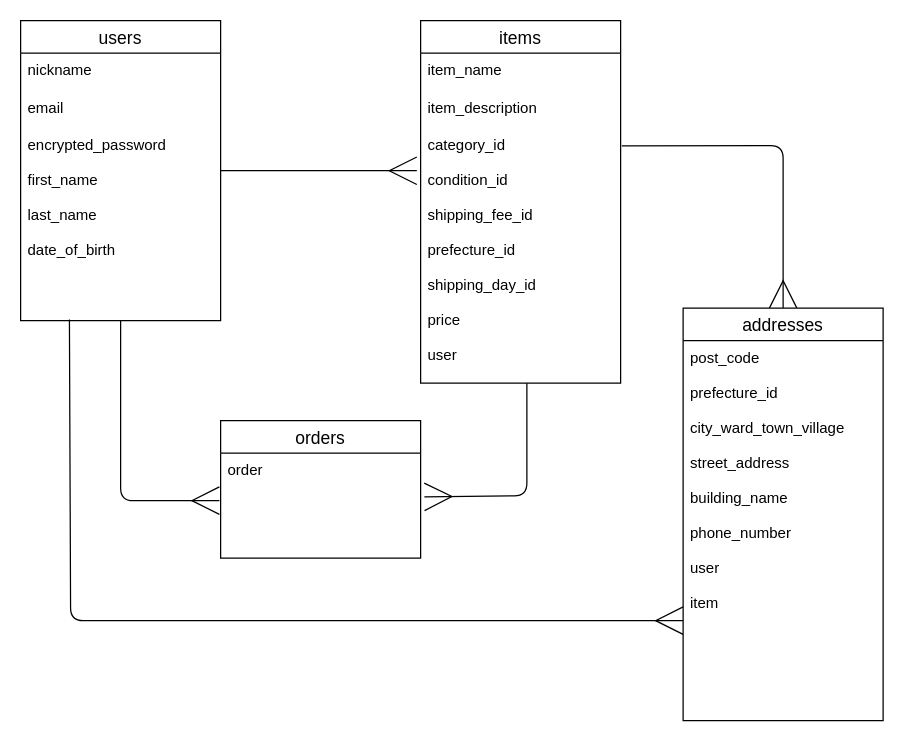
The draw.io diagram test.dio in user-onion-japan-1919/furima-41924, before the edit. Source tidied: cells renumbered, new cells numbered last; positions are measured from the earlier drawing's top-left corner, leaving out a move shared by most shapes. Both pictures are drawn from the tidied source at 125%, with x=0, y=0 at pixel (20, 20).
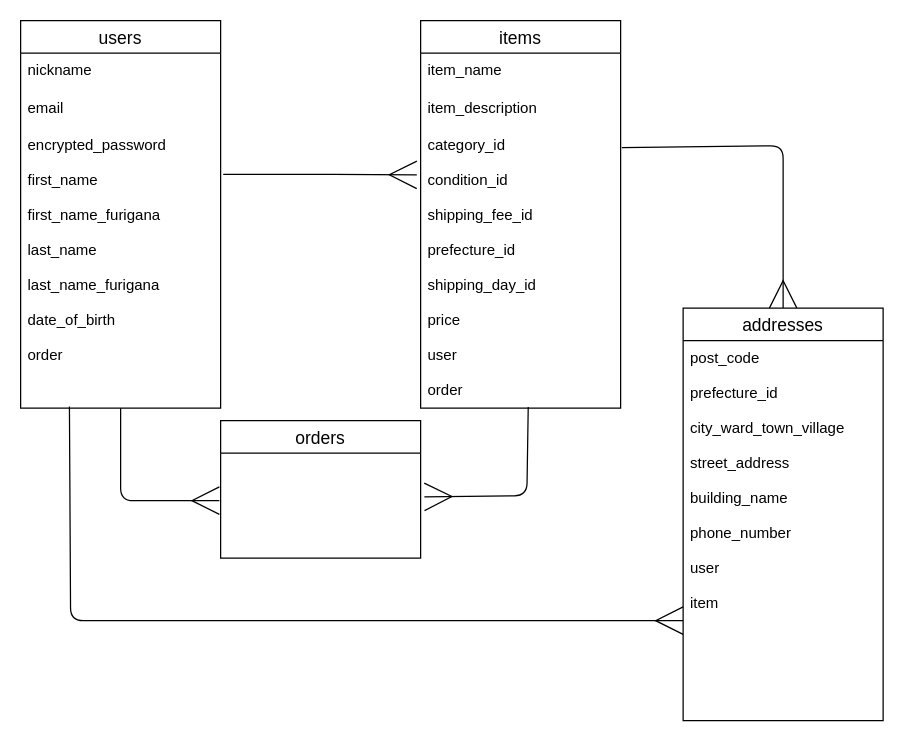
The same diagram, later.

Unchanged cells that the change refers to:
```xml
<mxCell id="15" value="orders" style="swimlane;fontStyle=0;horizontal=1;startSize=26;align=center;fontSize=14;" parent="1" vertex="1">
  <mxGeometry x="160" y="320" width="160" height="110" as="geometry" />
</mxCell>
```

Diff of the diagram source:
```diff
@@
-    <mxCell id="2" style="edgeStyle=none;html=1;entryX=-0.019;entryY=0.167;entryDx=0;entryDy=0;entryPerimeter=0;endArrow=ERmany;endFill=0;strokeWidth=1;endSize=20;" parent="1" edge="1" source="5" target="14">
-      <mxGeometry relative="1" as="geometry" />
+    <mxCell id="2" style="edgeStyle=none;html=1;entryX=-0.019;entryY=0.167;entryDx=0;entryDy=0;entryPerimeter=0;endArrow=ERmany;endFill=0;strokeWidth=1;endSize=20;exitX=1.013;exitY=0.165;exitDx=0;exitDy=0;exitPerimeter=0;" parent="1" edge="1" source="8" target="14">
+      <mxGeometry relative="1" as="geometry">
+        <Array as="points">
+          <mxPoint x="240" y="123" />
+        </Array>
+      </mxGeometry>
     </mxCell>
@@
     <mxCell id="5" value="users" style="swimlane;fontStyle=0;horizontal=1;startSize=26;align=center;fontSize=14;" parent="1" vertex="1">
-      <mxGeometry width="160" height="240" as="geometry" />
+      <mxGeometry width="160" height="310" as="geometry" />
     </mxCell>
@@
-    <mxCell id="8" value="encrypted_password&#10;&#10;first_name&#10;&#10;last_name&#10;&#10;date_of_birth" style="text;strokeColor=none;fillColor=none;spacingLeft=4;spacingRight=4;overflow=hidden;points=[[0,0.5],[1,0.5]];portConstraint=eastwest;fontSize=12;" parent="5" vertex="1">
-      <mxGeometry y="86" width="160" height="154" as="geometry" />
+    <mxCell id="8" value="encrypted_password&#10;&#10;first_name&#10;&#10;first_name_furigana&#10;&#10;last_name&#10;&#10;last_name_furigana&#10;&#10;date_of_birth&#10;&#10;order" style="text;strokeColor=none;fillColor=none;spacingLeft=4;spacingRight=4;overflow=hidden;points=[[0,0.5],[1,0.5]];portConstraint=eastwest;fontSize=12;" parent="5" vertex="1">
+      <mxGeometry y="86" width="160" height="224" as="geometry" />
     </mxCell>
-    <mxCell id="9" style="edgeStyle=none;html=1;strokeWidth=1;endArrow=ERmany;endFill=0;endSize=20;entryX=1.019;entryY=0.167;entryDx=0;entryDy=0;entryPerimeter=0;" parent="1" edge="1">
+    <mxCell id="9" style="edgeStyle=none;html=1;strokeWidth=1;endArrow=ERmany;endFill=0;endSize=20;entryX=1.019;entryY=0.167;entryDx=0;entryDy=0;entryPerimeter=0;exitX=0.538;exitY=0.996;exitDx=0;exitDy=0;exitPerimeter=0;" parent="1" edge="1" source="14">
       <mxGeometry relative="1" as="geometry">
-        <mxPoint x="405" y="290" as="sourcePoint" />
         <mxPoint x="323" y="381" as="targetPoint" />
         <Array as="points">
           <mxPoint x="405" y="380" />
         </Array>
       </mxGeometry>
     </mxCell>
@@
     <mxCell id="11" value="items" style="swimlane;fontStyle=0;horizontal=1;startSize=26;align=center;fontSize=14;rotation=0;arcSize=15;" parent="1" vertex="1">
-      <mxGeometry x="320" width="160" height="290" as="geometry" />
+      <mxGeometry x="320" width="160" height="310" as="geometry" />
     </mxCell>
@@
-    <mxCell id="14" value="category_id&#10;&#10;condition_id&#10;&#10;shipping_fee_id&#10;&#10;prefecture_id&#10;&#10;shipping_day_id&#10;&#10;price&#10;&#10;user&#10;&#10;" style="text;strokeColor=none;fillColor=none;spacingLeft=4;spacingRight=4;overflow=hidden;points=[[0,0.5],[1,0.5]];portConstraint=eastwest;fontSize=12;arcSize=24;" parent="11" vertex="1">
-      <mxGeometry y="86" width="160" height="204" as="geometry" />
+    <mxCell id="14" value="category_id&#10;&#10;condition_id&#10;&#10;shipping_fee_id&#10;&#10;prefecture_id&#10;&#10;shipping_day_id&#10;&#10;price&#10;&#10;user&#10;&#10;order" style="text;strokeColor=none;fillColor=none;spacingLeft=4;spacingRight=4;overflow=hidden;points=[[0,0.5],[1,0.5]];portConstraint=eastwest;fontSize=12;arcSize=24;" parent="11" vertex="1">
+      <mxGeometry y="86" width="160" height="224" as="geometry" />
     </mxCell>
@@
-    <mxCell id="16" value="order" style="text;strokeColor=none;fillColor=none;spacingLeft=4;spacingRight=4;overflow=hidden;fontSize=12;" parent="15" vertex="1">
-      <mxGeometry y="26" width="160" height="84" as="geometry" />
-    </mxCell>
```
